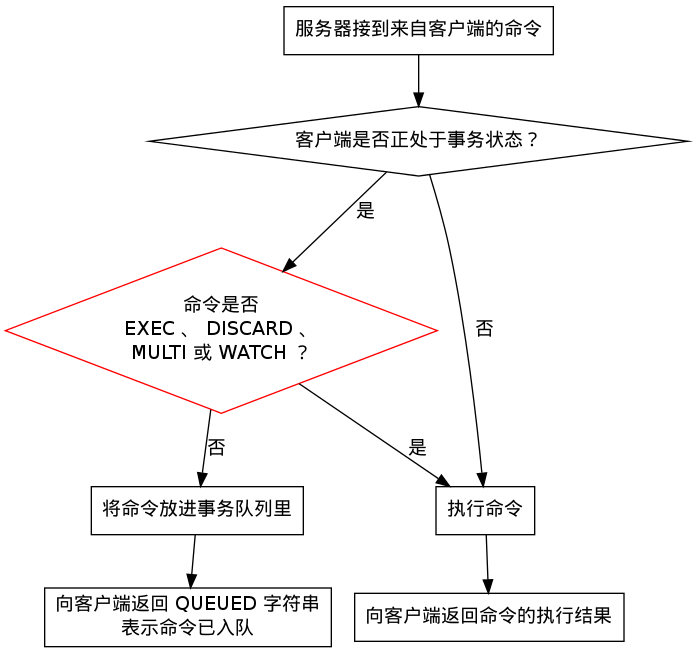
This is feature/image/not_enque_command.png from huangzworks/redisbook, a Graphviz export, as it was before one commit. Its source is kept beside it as feature/image/not_enque_command.dot.
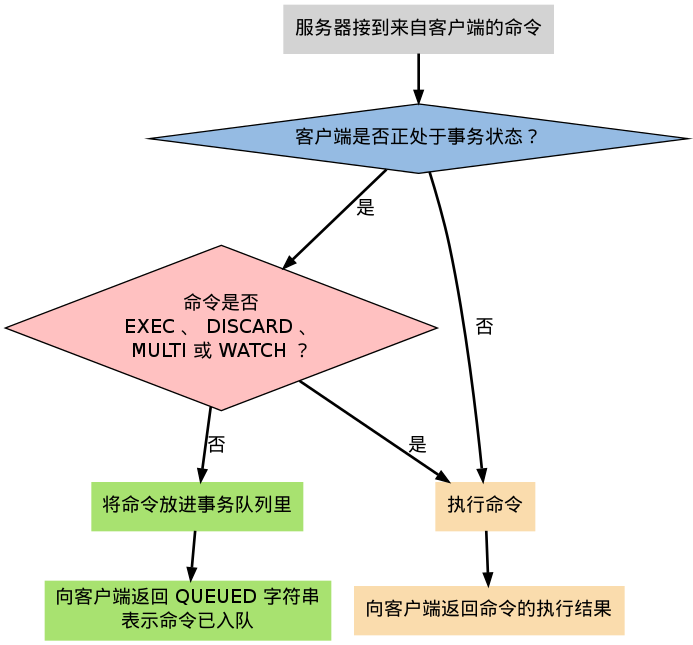
Later version of the same file.

Diff of the diagram source:
```diff
@@ -1,20 +1,22 @@
 digraph not_enque_command {
 
-    node [shape = record];
+    node [shape = plaintext, style = filled];
+
+    edge [style = bold];
 
     command_in [label = "服务器接到来自客户端的命令"];
 
-    in_transaction_or_not [label = "客户端是否正处于事务状态？", shape = diamond];
+    in_transaction_or_not [label = "客户端是否正处于事务状态？", shape = diamond, fillcolor = "#95BBE3"];
 
-    not_exec_and_discard [label = "命令是否\nEXEC 、 DISCARD 、\nMULTI 或 WATCH ？", shape = diamond, color = red];
+    not_exec_and_discard [label = "命令是否\nEXEC 、 DISCARD 、\nMULTI 或 WATCH ？", shape = diamond, fillcolor = "#FFC1C1"];
 
-    enqueu_command [label = "将命令放进事务队列里"];
+    enqueu_command [label = "将命令放进事务队列里", fillcolor = "#A8E270"];
 
-    return_enqueued [label = "向客户端返回 QUEUED 字符串\n表示命令已入队"];
+    return_enqueued [label = "向客户端返回 QUEUED 字符串\n表示命令已入队", fillcolor = "#A8E270"];
 
-    exec_command [label = "执行命令"];
+    exec_command [label = "执行命令", fillcolor = "#FADCAD"];
 
-    return_command_result [label = "向客户端返回命令的执行结果"];
+    return_command_result [label = "向客户端返回命令的执行结果", fillcolor = "#FADCAD"];
 
 
     command_in -> in_transaction_or_not;
```
